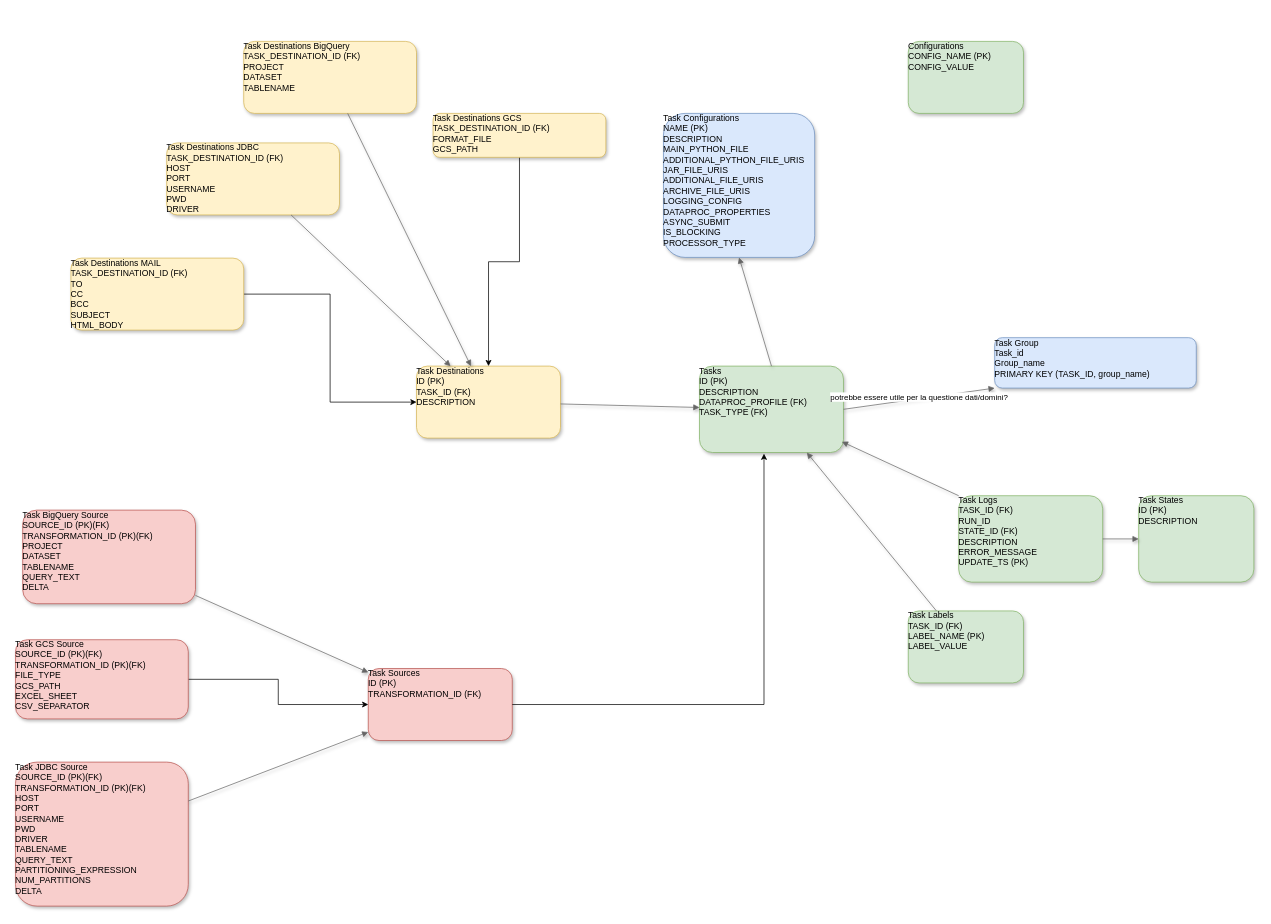
Before: ER_Diagram.drawio in arrigonimatteo81/ingestion_project, a draw.io diagram. Source tidied: cells renumbered, new cells numbered last; positions are measured from the earlier drawing's top-left corner, leaving out a move shared by most shapes. Both pictures are drawn from the tidied source at 72%, with x=0, y=0 at pixel (15, 41).
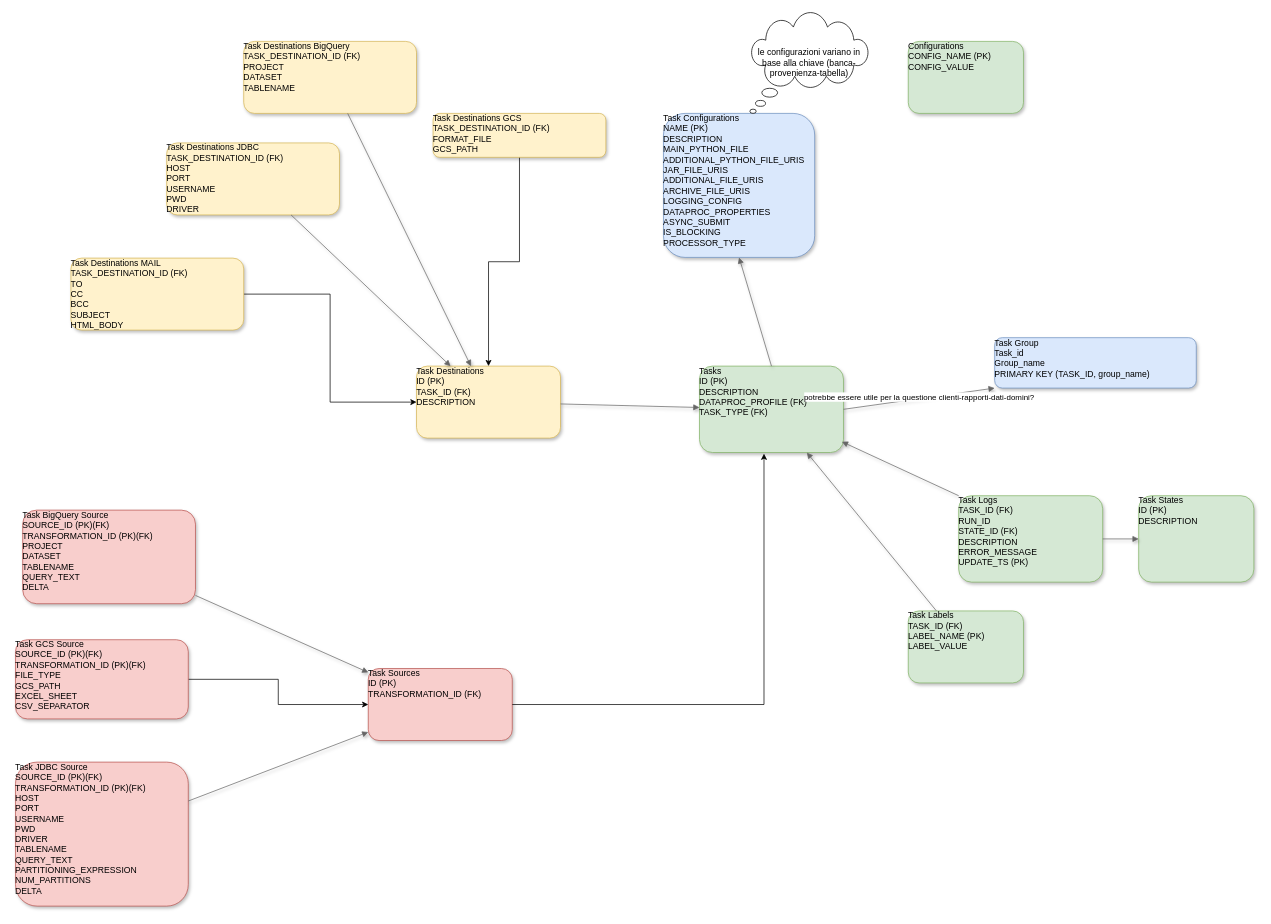
The same diagram, later.

Commit message:
modifica al diagramma ER

Unchanged cells that the change refers to:
```xml
<mxCell id="24" style="endArrow=block;endFill=1;noEdgeStyle=1;orthogonal=1;shadow=1;fillColor=#f5f5f5;strokeColor=#666666;exitX=1;exitY=0.5;exitDx=0;exitDy=0;" parent="1" edge="1" source="5" target="23">
  <mxGeometry relative="1" as="geometry" />
</mxCell>
```

Diff of the diagram source:
```diff
@@
-    <mxCell id="25" value="potrebbe essere utile per la questione dati/domini?" style="edgeLabel;html=1;align=center;verticalAlign=middle;" parent="24" vertex="1">
+    <mxCell id="25" value="potrebbe essere utile per la questione clienti-rapporti-dati-domini?" style="edgeLabel;html=1;align=center;verticalAlign=middle;" parent="24" vertex="1">
       <mxGeometry y="3" relative="1" as="geometry" />
     </mxCell>
@@
+    <mxCell id="33" value="le configurazioni variano in base alla chiave (banca-provenienza-tabella)" style="whiteSpace=wrap;html=1;shape=mxgraph.basic.cloud_callout;" parent="1" vertex="1">
+      <mxGeometry x="1020" y="-40" width="165" height="140" as="geometry" />
+    </mxCell>
```
